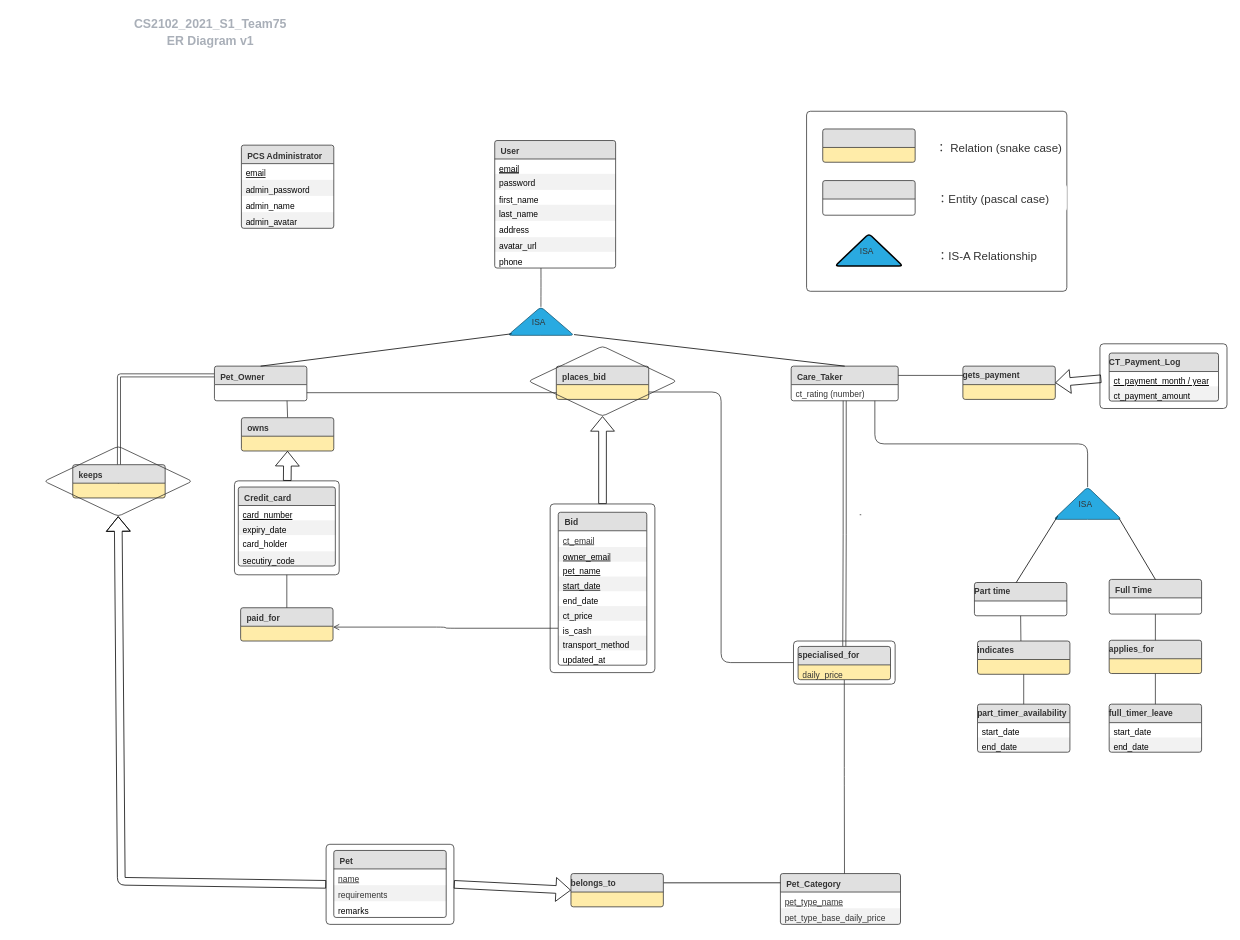
The draw.io diagram er_diagram.drawio in tysg/petpets, before the edit. Source tidied: cells renumbered, new cells numbered last; positions are measured from the earlier drawing's top-left corner, leaving out a move shared by most shapes. Both pictures are drawn from the tidied source at 77%, with x=0, y=0 at pixel (13, 13).
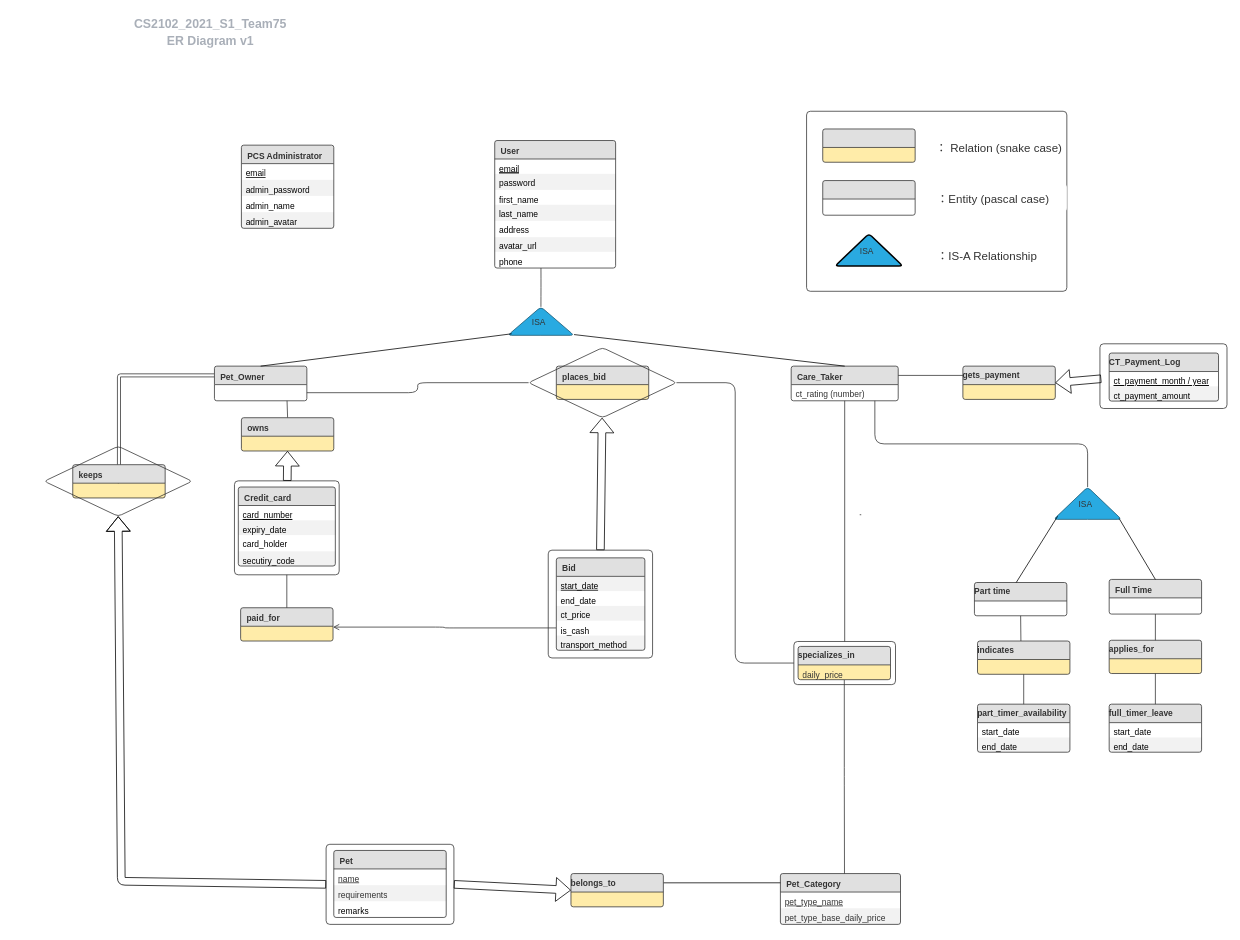
Above is the later version.

Commit message:
remove attributes from relations, make specializes_in be participation only with caretaker.drawio

The change refers to these unchanged cells:
```xml
<mxCell id="4" value="Care_Taker" style="html=1;whiteSpace=wrap;swimlane;horizontal=1;swimlaneFillColor=#ffffff;startSize=24;fontSize=11;fontColor=#333333;align=left;spacingLeft=6.72;spacingRight=11.2;spacingTop=3.2;spacing=2;strokeColor=#333333;strokeOpacity=100;fillOpacity=100;rounded=1;absoluteArcSize=1;arcSize=6;fillColor=#ffffff;fillColor=#e0e0e0;" parent="1" vertex="1">
  <mxGeometry x="1010" y="458" width="139" height="45" as="geometry" />
</mxCell>
<mxCell id="6" value="Pet_Owner" style="html=1;whiteSpace=wrap;swimlane;horizontal=1;swimlaneFillColor=#ffffff;startSize=24;fontSize=11;fontColor=#333333;align=left;spacingLeft=6.72;spacingRight=11.2;spacingTop=3.2;spacing=2;strokeColor=#333333;strokeOpacity=100;fillOpacity=100;rounded=1;absoluteArcSize=1;arcSize=6;fillColor=#ffffff;fillColor=#e0e0e0;" parent="1" vertex="1">
  <mxGeometry x="261" y="458" width="120" height="45" as="geometry" />
</mxCell>
<mxCell id="54" value="places_bid" style="html=1;whiteSpace=wrap;swimlane;horizontal=1;swimlaneFillColor=#ffeca9;startSize=24;fontSize=11;fontColor=#333333;align=left;spacingLeft=6.72;spacingRight=11.2;spacingTop=3.2;spacing=2;strokeColor=#333333;strokeOpacity=100;fillOpacity=100;rounded=1;absoluteArcSize=1;arcSize=6;fillColor=#ffeca9;fillColor=#e0e0e0;" parent="1" vertex="1">
  <mxGeometry x="705" y="458" width="120" height="43.2" as="geometry" />
</mxCell>
```

Change to the diagram source:
```diff
@@
-    <mxCell id="35" style="html=1;jettySize=18;overflow=width;strokeColor=#333333;strokeOpacity=100;rounded=1;arcSize=24;edgeStyle=orthogonalEdgeStyle;startArrow=none;endArrow=none;exitX=0.5;exitY=1.0066666666666682;exitPerimeter=1;entryX=0.5;entryY=-0.006944444444444444;entryPerimeter=1;shape=link;" parent="1" edge="1" source="4" target="42">
-      <mxGeometry relative="1" as="geometry">
-        <Array as="points">
-          <mxPoint x="1080" y="677" />
-        </Array>
-      </mxGeometry>
+    <mxCell id="35" style="html=1;jettySize=18;overflow=width;strokeColor=#333333;strokeOpacity=100;rounded=1;arcSize=24;startArrow=none;endArrow=none;exitX=0.5;exitY=1.0066666666666682;exitPerimeter=1;entryX=0.5;entryY=0;entryDx=0;entryDy=0;" parent="1" edge="1" source="4" target="81">
+      <mxGeometry relative="1" as="geometry" />
     </mxCell>
@@
-    <mxCell id="42" value="specialised_for" style="html=1;whiteSpace=wrap;swimlane;horizontal=1;swimlaneFillColor=#ffeca9;startSize=24;fontSize=11;fontColor=#333333;align=left;spacing=0;strokeColor=#333333;strokeOpacity=100;fillOpacity=100;rounded=1;absoluteArcSize=1;arcSize=6;fillColor=#ffeca9;fillColor=#e0e0e0;" parent="1" vertex="1">
+    <mxCell id="42" value="specializes_in" style="html=1;whiteSpace=wrap;swimlane;horizontal=1;swimlaneFillColor=#ffeca9;startSize=24;fontSize=11;fontColor=#333333;align=left;spacing=0;strokeColor=#333333;strokeOpacity=100;fillOpacity=100;rounded=1;absoluteArcSize=1;arcSize=6;fillColor=#ffeca9;fillColor=#e0e0e0;" parent="1" vertex="1">
       <mxGeometry x="1019" y="822" width="120" height="43.2" as="geometry" />
     </mxCell>
@@
-    <mxCell id="59" style="html=1;jettySize=18;overflow=width;strokeColor=#333333;strokeOpacity=100;rounded=1;arcSize=24;edgeStyle=orthogonalEdgeStyle;startArrow=none;endArrow=none;exitX=-0.0022727272727272726;exitY=0.5;exitPerimeter=1;entryX=1.0025;entryY=0.779166666666667;entryPerimeter=1;" parent="1" edge="1" source="81" target="54">
+    <mxCell id="59" style="html=1;jettySize=18;overflow=width;strokeColor=#333333;strokeOpacity=100;rounded=1;arcSize=24;edgeStyle=orthogonalEdgeStyle;startArrow=none;endArrow=none;exitX=-0.0022727272727272726;exitY=0.5;exitPerimeter=1;entryX=1;entryY=0.5;entryDx=0;entryDy=0;" parent="1" edge="1" source="81" target="83">
       <mxGeometry relative="1" as="geometry" />
     </mxCell>
@@
-    <mxCell id="64" style="html=1;jettySize=18;overflow=width;strokeColor=#333333;strokeOpacity=100;rounded=1;arcSize=24;edgeStyle=orthogonalEdgeStyle;startArrow=none;endArrow=none;exitX=1.0025;exitY=0.7680000000000003;exitPerimeter=1;entryX=-0.0025;entryY=0.8000000000000003;entryPerimeter=1;" parent="1" edge="1" source="6" target="54">
+    <mxCell id="64" style="html=1;jettySize=18;overflow=width;strokeColor=#333333;strokeOpacity=100;rounded=1;arcSize=24;edgeStyle=orthogonalEdgeStyle;startArrow=none;endArrow=none;exitX=1.0025;exitY=0.7680000000000003;exitPerimeter=1;entryX=0;entryY=0.5;entryDx=0;entryDy=0;" parent="1" edge="1" source="6" target="83">
       <mxGeometry relative="1" as="geometry" />
     </mxCell>
@@
     <mxCell id="81" style="html=1;whiteSpace=wrap;fontSize=11;spacing=0;strokeColor=#333333;strokeOpacity=100;fillOpacity=0;rounded=1;absoluteArcSize=1;arcSize=9.6;fillColor=#000000;" parent="1" vertex="1">
-      <mxGeometry x="1013" y="815" width="132" height="56" as="geometry" />
+      <mxGeometry x="1013.5" y="815.6" width="132" height="56" as="geometry" />
     </mxCell>
@@
     <mxCell id="83" style="html=1;whiteSpace=wrap;shape=rhombus;fontSize=11;spacing=0;strokeColor=#333333;strokeOpacity=100;fillOpacity=0;rounded=1;absoluteArcSize=1;arcSize=9.6;fillColor=#000000;" parent="1" vertex="1">
-      <mxGeometry x="669" y="432" width="192" height="91" as="geometry" />
+      <mxGeometry x="669" y="434" width="192" height="91" as="geometry" />
     </mxCell>
@@
-    <mxCell id="108" style="group;" parent="1" vertex="1">
-      <mxGeometry x="697" y="637" width="136" height="219" as="geometry" />
-    </mxCell>
-    <mxCell id="109" value="Bid" style="html=1;whiteSpace=wrap;swimlane;horizontal=1;swimlaneFillColor=#ffffff;startSize=24;fontSize=11;fontColor=#333333;align=left;spacingLeft=6.72;spacingRight=11.2;spacingTop=3.2;spacing=2;strokeColor=#333333;strokeOpacity=100;fillOpacity=100;rounded=1;absoluteArcSize=1;arcSize=6;fillColor=#ffffff;fillColor=#e0e0e0;" parent="108" vertex="1">
-      <mxGeometry x="10.5" y="10.8" width="115" height="198.6" as="geometry" />
+    <mxCell id="109" value="Bid" style="html=1;whiteSpace=wrap;swimlane;horizontal=1;swimlaneFillColor=#ffffff;startSize=24;fontSize=11;fontColor=#333333;align=left;spacingLeft=6.72;spacingRight=11.2;spacingTop=3.2;spacing=2;strokeColor=#333333;strokeOpacity=100;fillOpacity=100;rounded=1;absoluteArcSize=1;arcSize=6;fillColor=#ffffff;fillColor=#e0e0e0;" parent="1" vertex="1">
+      <mxGeometry x="705" y="707" width="115" height="120" as="geometry" />
     </mxCell>
-    <mxCell id="110" value="ct_email" style="strokeColor=none;align=left;verticalAlign=top;spacingLeft=4;spacingRight=4;overflow=hidden;html=1;swimlaneFillColor=#ffffff;fontSize=11;fontColor=#333333;fontStyle=4;fillColor=none;strokeOpacity=100;fillOpacity=100;" parent="109" vertex="1">
-      <mxGeometry y="24" width="115" height="21" as="geometry" />
-    </mxCell>
-    <mxCell id="111" value="&lt;u&gt;  owner_email&lt;/u&gt;" style="strokeColor=none;align=left;verticalAlign=top;spacingLeft=4;spacingRight=4;overflow=hidden;html=1;swimlaneFillColor=#ffffff;fontSize=11;fillColor=#000000;opacity=5;" parent="109" vertex="1">
-      <mxGeometry y="45" width="115" height="19.2" as="geometry" />
-    </mxCell>
-    <mxCell id="112" value="&lt;u&gt;  pet_name&lt;/u&gt;" style="strokeColor=none;align=left;verticalAlign=top;spacingLeft=4;spacingRight=4;overflow=hidden;html=1;swimlaneFillColor=#ffffff;fontSize=11;fillColor=none;strokeOpacity=100;fillOpacity=100;" parent="109" vertex="1">
-      <mxGeometry y="64.2" width="115" height="19.2" as="geometry" />
-    </mxCell>
     <mxCell id="113" value="start_date" style="strokeColor=none;align=left;verticalAlign=top;spacingLeft=4;spacingRight=4;overflow=hidden;html=1;swimlaneFillColor=#ffffff;fontSize=11;fillColor=#000000;opacity=5;fontStyle=4;" parent="109" vertex="1">
-      <mxGeometry y="83.4" width="115" height="19.2" as="geometry" />
+      <mxGeometry y="24" width="115" height="19.2" as="geometry" />
     </mxCell>
     <mxCell id="114" value="end_date" style="strokeColor=none;align=left;verticalAlign=top;spacingLeft=4;spacingRight=4;overflow=hidden;html=1;swimlaneFillColor=#ffffff;fontSize=11;fillColor=none;strokeOpacity=100;fillOpacity=100;" parent="109" vertex="1">
-      <mxGeometry y="102.6" width="115" height="19.2" as="geometry" />
+      <mxGeometry y="43.2" width="115" height="19.2" as="geometry" />
     </mxCell>
     <mxCell id="115" value="  ct_price" style="strokeColor=none;align=left;verticalAlign=top;spacingLeft=4;spacingRight=4;overflow=hidden;html=1;swimlaneFillColor=#ffffff;fontSize=11;fillColor=#000000;opacity=5;" parent="109" vertex="1">
-      <mxGeometry y="121.8" width="115" height="19.2" as="geometry" />
+      <mxGeometry y="62.4" width="115" height="19.2" as="geometry" />
     </mxCell>
     <mxCell id="116" value="  is_cash" style="strokeColor=none;align=left;verticalAlign=top;spacingLeft=4;spacingRight=4;overflow=hidden;html=1;swimlaneFillColor=#ffffff;fontSize=11;fillColor=none;strokeOpacity=100;fillOpacity=100;" parent="109" vertex="1">
-      <mxGeometry y="141" width="115" height="19.2" as="geometry" />
+      <mxGeometry y="81.6" width="115" height="19.2" as="geometry" />
     </mxCell>
     <mxCell id="117" value="  transport_method" style="strokeColor=none;align=left;verticalAlign=top;spacingLeft=4;spacingRight=4;overflow=hidden;html=1;swimlaneFillColor=#ffffff;fontSize=11;fillColor=#000000;opacity=5;" parent="109" vertex="1">
-      <mxGeometry y="160.2" width="115" height="19.2" as="geometry" />
+      <mxGeometry y="100.8" width="115" height="19.2" as="geometry" />
     </mxCell>
-    <mxCell id="118" value="  updated_at" style="strokeColor=none;align=left;verticalAlign=top;spacingLeft=4;spacingRight=4;overflow=hidden;html=1;swimlaneFillColor=#ffffff;fontSize=11;fillColor=none;strokeOpacity=100;fillOpacity=100;" parent="109" vertex="1">
-      <mxGeometry y="179.4" width="115" height="19.2" as="geometry" />
-    </mxCell>
-    <mxCell id="119" style="html=1;whiteSpace=wrap;fontSize=11;spacing=0;strokeColor=#333333;strokeOpacity=100;fillOpacity=0;rounded=1;absoluteArcSize=1;arcSize=9.6;fillColor=#000000;" parent="108" vertex="1">
-      <mxGeometry width="136" height="219" as="geometry" />
+    <mxCell id="119" style="html=1;whiteSpace=wrap;fontSize=11;spacing=0;strokeColor=#333333;strokeOpacity=100;fillOpacity=0;rounded=1;absoluteArcSize=1;arcSize=9.6;fillColor=#000000;" parent="1" vertex="1">
+      <mxGeometry x="694.5" y="697" width="135.5" height="140" as="geometry" />
     </mxCell>
```
